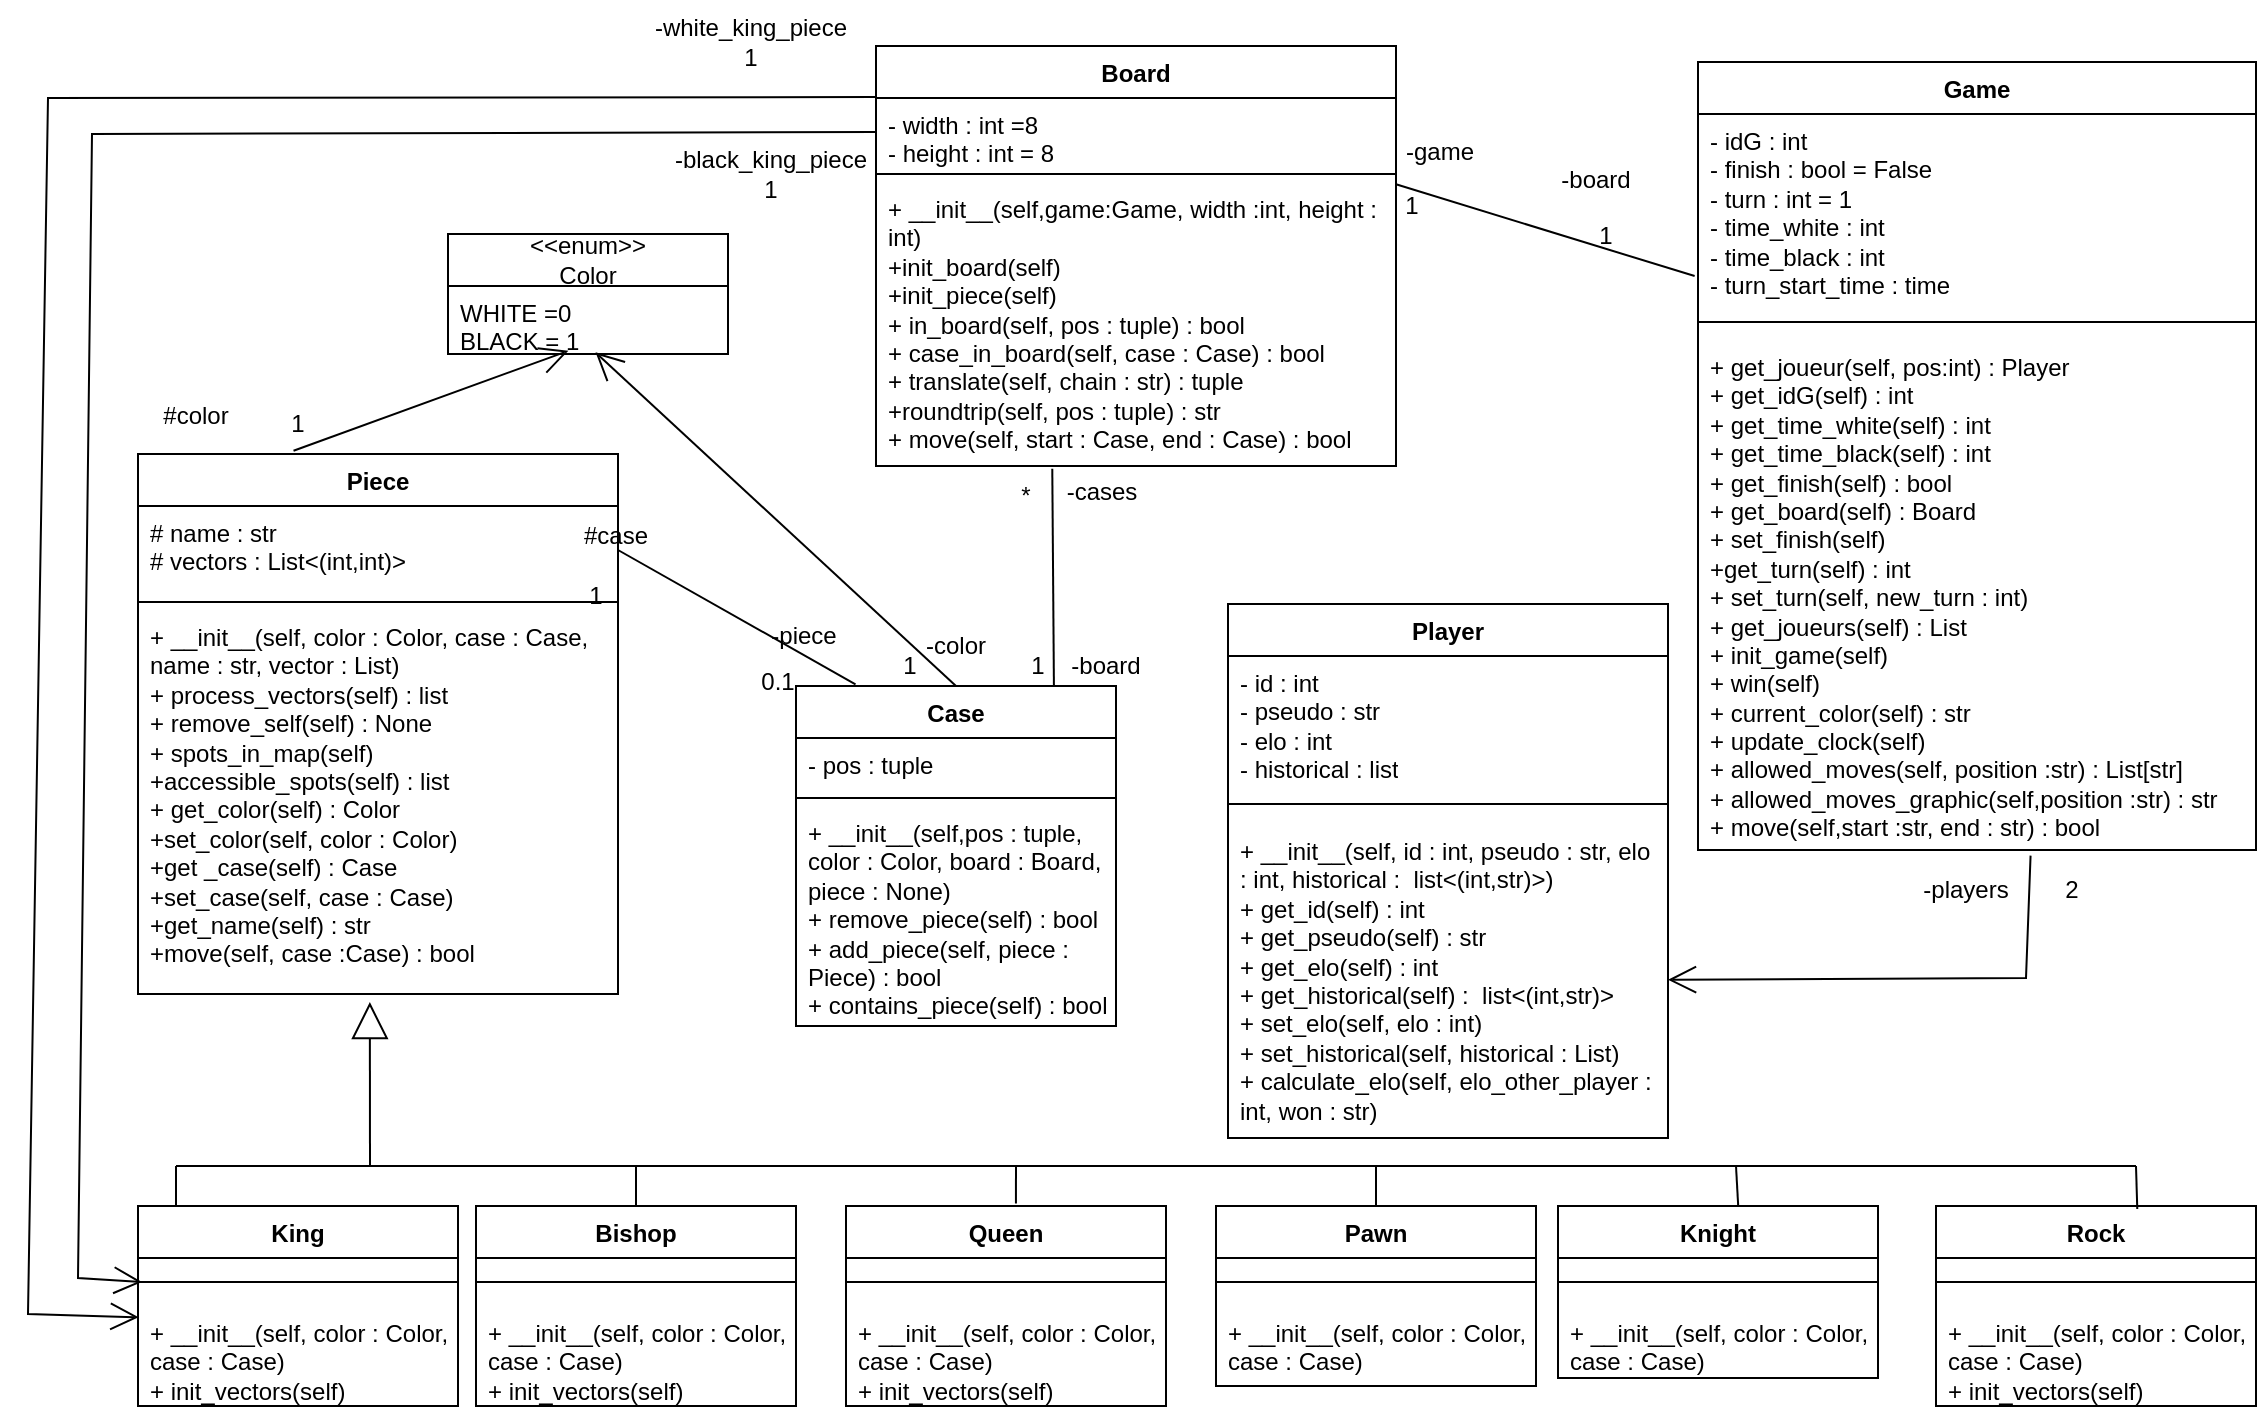
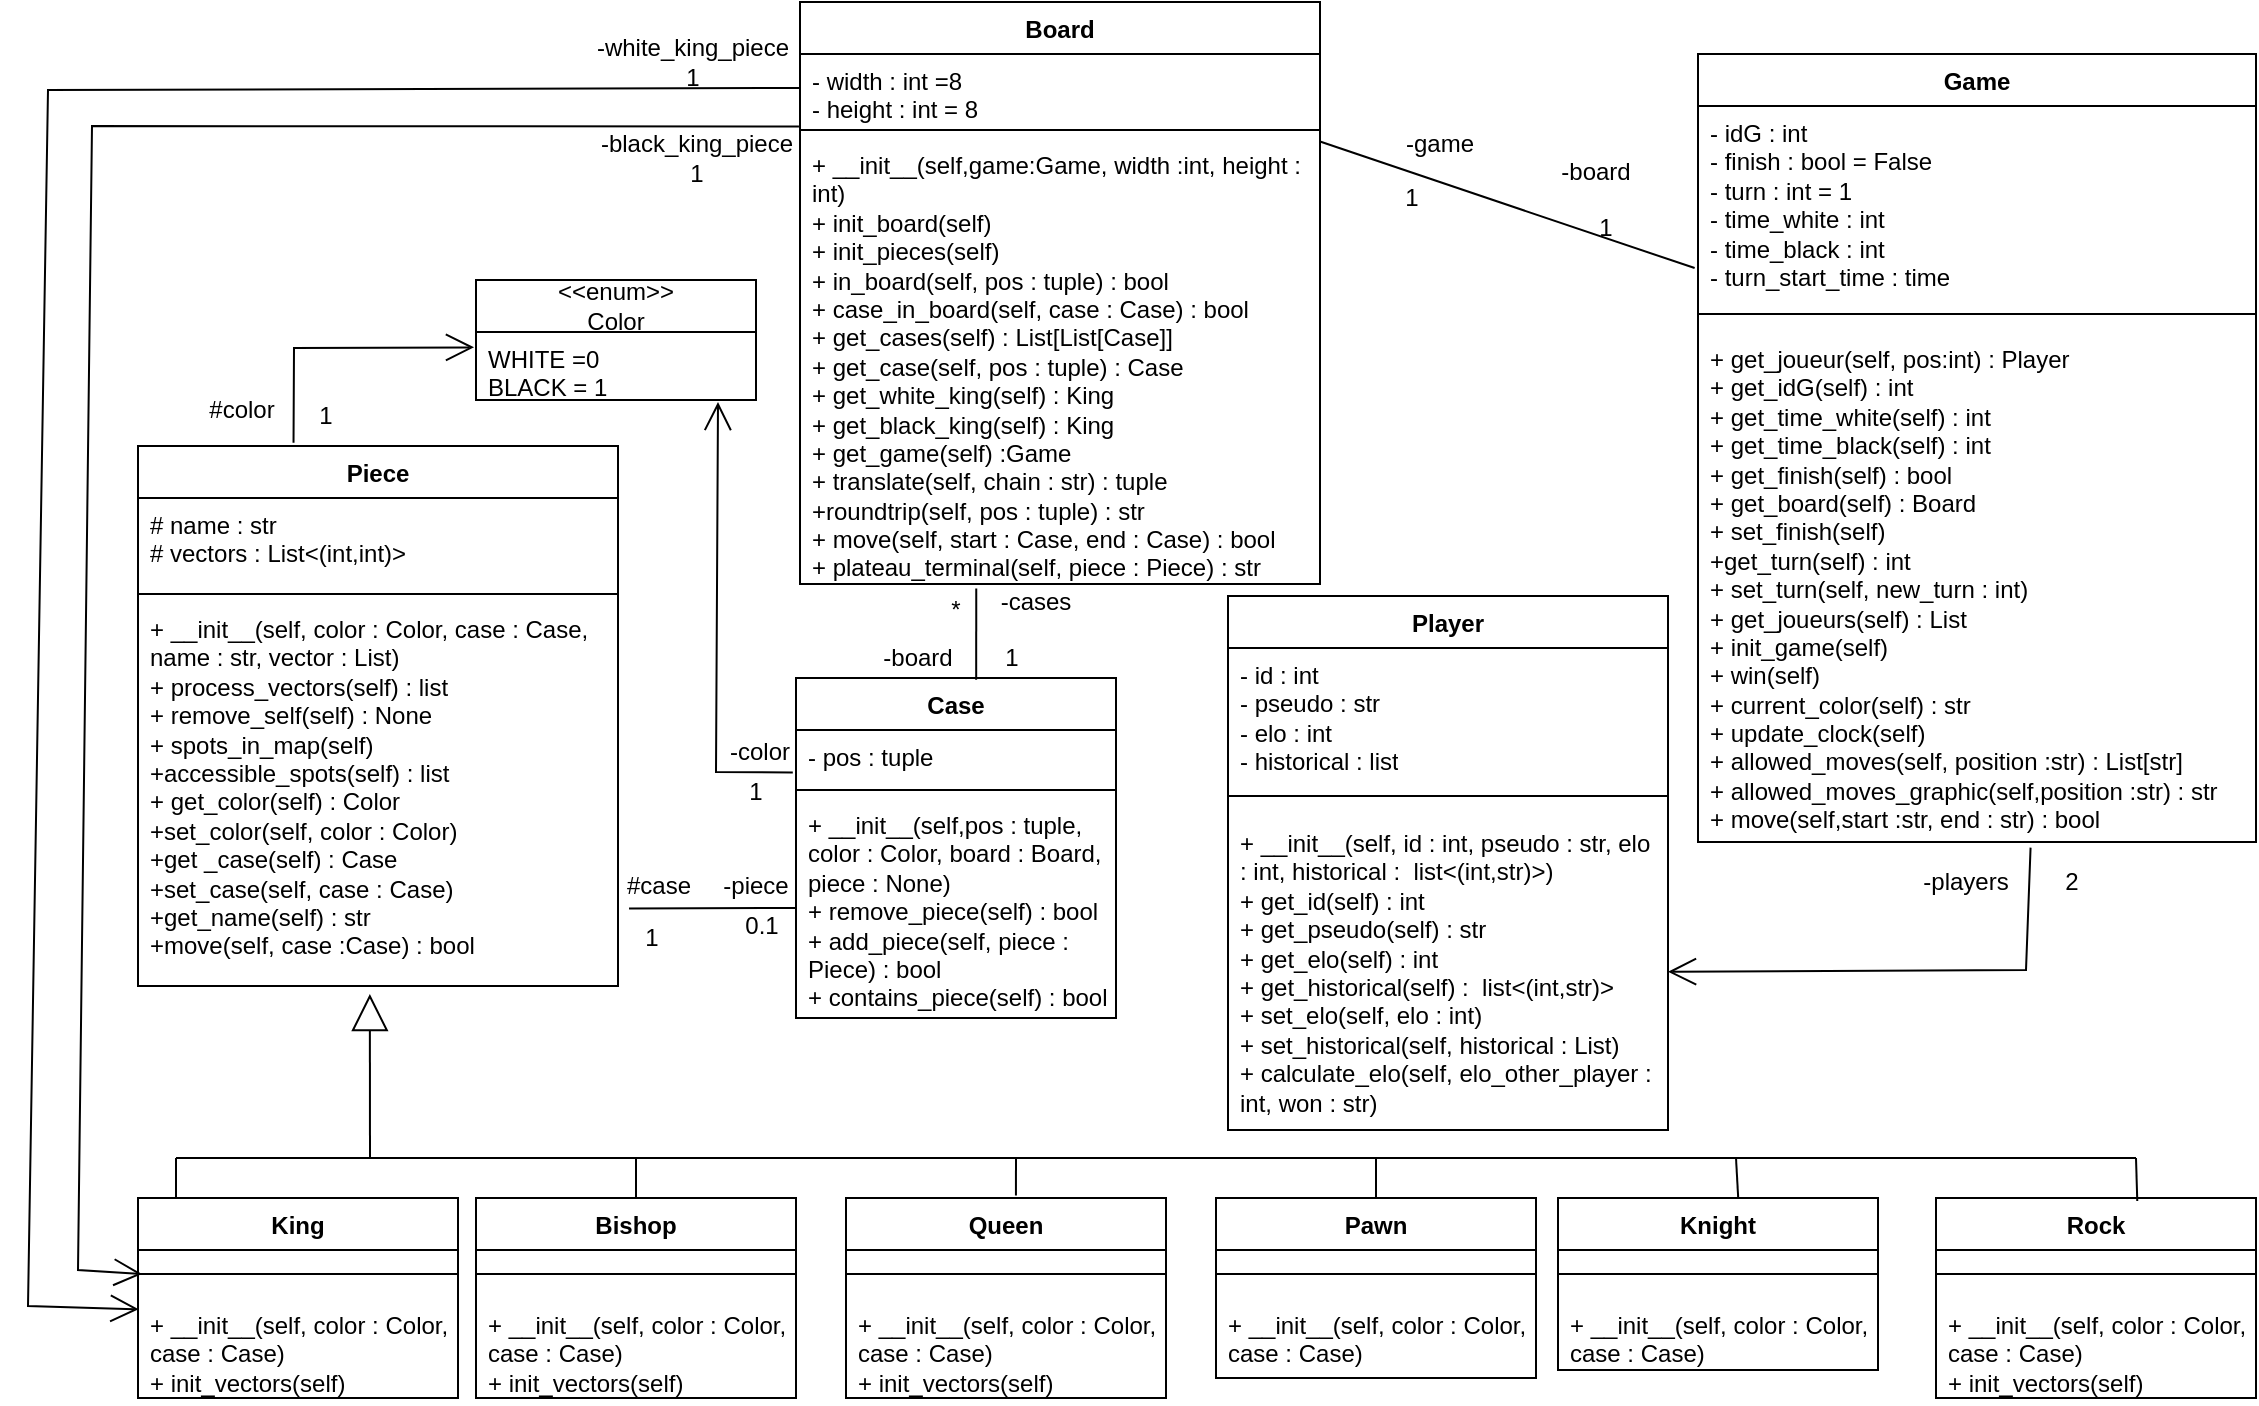
<mxfile host="app.diagrams.net" agent="Mozilla/5.0 (Windows NT 10.0; Win64; x64) AppleWebKit/537.36 (KHTML, like Gecko) Chrome/138.0.0.0 Safari/537.36" version="27.1.5">
  <diagram name="Page-1" id="ue2nzu8fp39hdbNQRuWm">
-     <mxGraphModel dx="1331" dy="1049" grid="0" gridSize="10" guides="1" tooltips="1" connect="1" arrows="1" fold="1" page="1" pageScale="1" pageWidth="1169" pageHeight="1654" background="#ffffff" math="0" shadow="0">
+     <mxGraphModel dx="915" dy="721" grid="0" gridSize="10" guides="1" tooltips="1" connect="1" arrows="1" fold="1" page="1" pageScale="1" pageWidth="1169" pageHeight="1654" background="#ffffff" math="0" shadow="0">
      <root>
        <mxCell id="0" />
        <mxCell id="1" parent="0" />
        <mxCell id="S0ea2ZYKpIamfI4VXVso-1" value="Player" style="swimlane;fontStyle=1;align=center;verticalAlign=top;childLayout=stackLayout;horizontal=1;startSize=26;horizontalStack=0;resizeParent=1;resizeParentMax=0;resizeLast=0;collapsible=1;marginBottom=0;whiteSpace=wrap;html=1;" parent="1" vertex="1">
          <mxGeometry x="626" y="319" width="220" height="267" as="geometry" />
        </mxCell>
        <mxCell id="S0ea2ZYKpIamfI4VXVso-2" value="&lt;div&gt;- id : int&lt;/div&gt;&lt;div&gt;- pseudo : str&lt;/div&gt;&lt;div&gt;- elo : int&lt;/div&gt;&lt;div&gt;- historical : list&lt;/div&gt;" style="text;strokeColor=none;fillColor=none;align=left;verticalAlign=top;spacingLeft=4;spacingRight=4;overflow=hidden;rotatable=0;points=[[0,0.5],[1,0.5]];portConstraint=eastwest;whiteSpace=wrap;html=1;" parent="S0ea2ZYKpIamfI4VXVso-1" vertex="1">
          <mxGeometry y="26" width="220" height="64" as="geometry" />
        </mxCell>
        <mxCell id="S0ea2ZYKpIamfI4VXVso-3" value="" style="line;strokeWidth=1;fillColor=none;align=left;verticalAlign=middle;spacingTop=-1;spacingLeft=3;spacingRight=3;rotatable=0;labelPosition=right;points=[];portConstraint=eastwest;strokeColor=inherit;" parent="S0ea2ZYKpIamfI4VXVso-1" vertex="1">
          <mxGeometry y="90" width="220" height="20" as="geometry" />
        </mxCell>
        <mxCell id="S0ea2ZYKpIamfI4VXVso-4" value="&lt;div&gt;+ __init__(self, id : int, pseudo : str, elo : int, historical :&amp;nbsp; list&amp;lt;(int,str)&amp;gt;)&lt;/div&gt;&lt;div&gt;+ get_id(self) : int&lt;/div&gt;&lt;div&gt;+ get_pseudo(self) : str&lt;/div&gt;&lt;div&gt;+ get_elo(self) : int&lt;/div&gt;&lt;div&gt;+ get_historical(self) :&amp;nbsp; list&amp;lt;(int,str)&amp;gt;&lt;/div&gt;&lt;div&gt;+ set_elo(self, elo : int)&lt;/div&gt;&lt;div&gt;+ set_historical(self, historical : List)&lt;/div&gt;&lt;div&gt;+ calculate_elo(self, elo_other_player : int, won : str)&lt;/div&gt;" style="text;strokeColor=none;fillColor=none;align=left;verticalAlign=top;spacingLeft=4;spacingRight=4;overflow=hidden;rotatable=0;points=[[0,0.5],[1,0.5]];portConstraint=eastwest;whiteSpace=wrap;html=1;" parent="S0ea2ZYKpIamfI4VXVso-1" vertex="1">
          <mxGeometry y="110" width="220" height="157" as="geometry" />
        </mxCell>
        <mxCell id="S0ea2ZYKpIamfI4VXVso-5" value="Game" style="swimlane;fontStyle=1;align=center;verticalAlign=top;childLayout=stackLayout;horizontal=1;startSize=26;horizontalStack=0;resizeParent=1;resizeParentMax=0;resizeLast=0;collapsible=1;marginBottom=0;whiteSpace=wrap;html=1;" parent="1" vertex="1">
          <mxGeometry x="861" y="48" width="279" height="394" as="geometry" />
        </mxCell>
        <mxCell id="S0ea2ZYKpIamfI4VXVso-6" value="&lt;div&gt;- idG : int&lt;/div&gt;&lt;div&gt;- finish : bool = False&lt;/div&gt;&lt;div&gt;- turn : int = 1&lt;/div&gt;&lt;div&gt;- time_white : int&lt;/div&gt;&lt;div&gt;- time_black : int&amp;nbsp;&lt;/div&gt;&lt;div&gt;- turn_start_time : time&lt;/div&gt;" style="text;strokeColor=none;fillColor=none;align=left;verticalAlign=top;spacingLeft=4;spacingRight=4;overflow=hidden;rotatable=0;points=[[0,0.5],[1,0.5]];portConstraint=eastwest;whiteSpace=wrap;html=1;" parent="S0ea2ZYKpIamfI4VXVso-5" vertex="1">
          <mxGeometry y="26" width="279" height="95" as="geometry" />
        </mxCell>
        <mxCell id="S0ea2ZYKpIamfI4VXVso-7" value="" style="line;strokeWidth=1;fillColor=none;align=left;verticalAlign=middle;spacingTop=-1;spacingLeft=3;spacingRight=3;rotatable=0;labelPosition=right;points=[];portConstraint=eastwest;strokeColor=inherit;" parent="S0ea2ZYKpIamfI4VXVso-5" vertex="1">
          <mxGeometry y="121" width="279" height="18" as="geometry" />
        </mxCell>
        <mxCell id="S0ea2ZYKpIamfI4VXVso-8" value="&lt;div&gt;+ get_joueur(self, pos:int) : Player&lt;/div&gt;&lt;div&gt;+ get_idG(self) : int&lt;/div&gt;&lt;div&gt;+ get_time_white(self) : int&lt;/div&gt;&lt;div&gt;+ get_time_black(self) : int&lt;/div&gt;&lt;div&gt;+ get_finish(self) : bool&lt;/div&gt;&lt;div&gt;+ get_board(self) : Board&lt;/div&gt;&lt;div&gt;+ set_finish(self)&amp;nbsp;&lt;/div&gt;&lt;div&gt;+get_turn(self) : int&lt;/div&gt;&lt;div&gt;+ set_turn(self, new_turn : int)&lt;/div&gt;&lt;div&gt;+ get_joueurs(self) : List&lt;/div&gt;&lt;div&gt;+ init_game(self)&lt;/div&gt;&lt;div&gt;+ win(self)&lt;/div&gt;&lt;div&gt;+ current_color(self) : str&lt;/div&gt;&lt;div&gt;+ update_clock(self)&lt;/div&gt;&lt;div&gt;+ allowed_moves(self, position :str) : List[str]&lt;/div&gt;&lt;div&gt;+ allowed_moves_graphic(self,position :str) : str&lt;/div&gt;&lt;div&gt;+ move(self,start :str, end : str) : bool&lt;/div&gt;" style="text;strokeColor=none;fillColor=none;align=left;verticalAlign=top;spacingLeft=4;spacingRight=4;overflow=hidden;rotatable=0;points=[[0,0.5],[1,0.5]];portConstraint=eastwest;whiteSpace=wrap;html=1;" parent="S0ea2ZYKpIamfI4VXVso-5" vertex="1">
          <mxGeometry y="139" width="279" height="255" as="geometry" />
        </mxCell>
        <mxCell id="S0ea2ZYKpIamfI4VXVso-9" value="Board" style="swimlane;fontStyle=1;align=center;verticalAlign=top;childLayout=stackLayout;horizontal=1;startSize=26;horizontalStack=0;resizeParent=1;resizeParentMax=0;resizeLast=0;collapsible=1;marginBottom=0;whiteSpace=wrap;html=1;" parent="1" vertex="1">
-           <mxGeometry x="450" y="40" width="260" height="210" as="geometry" />
+           <mxGeometry x="412" y="22" width="260" height="291" as="geometry" />
        </mxCell>
        <mxCell id="S0ea2ZYKpIamfI4VXVso-10" value="&lt;div&gt;- width : int =8&lt;/div&gt;&lt;div&gt;- height : int = 8&lt;/div&gt;" style="text;strokeColor=none;fillColor=none;align=left;verticalAlign=top;spacingLeft=4;spacingRight=4;overflow=hidden;rotatable=0;points=[[0,0.5],[1,0.5]];portConstraint=eastwest;whiteSpace=wrap;html=1;" parent="S0ea2ZYKpIamfI4VXVso-9" vertex="1">
          <mxGeometry y="26" width="260" height="34" as="geometry" />
        </mxCell>
        <mxCell id="S0ea2ZYKpIamfI4VXVso-11" value="" style="line;strokeWidth=1;fillColor=none;align=left;verticalAlign=middle;spacingTop=-1;spacingLeft=3;spacingRight=3;rotatable=0;labelPosition=right;points=[];portConstraint=eastwest;strokeColor=inherit;" parent="S0ea2ZYKpIamfI4VXVso-9" vertex="1">
          <mxGeometry y="60" width="260" height="8" as="geometry" />
        </mxCell>
-         <mxCell id="S0ea2ZYKpIamfI4VXVso-12" value="&lt;div&gt;+ __init__(self,game:Game, width :int, height : int)&lt;/div&gt;&lt;div&gt;+init_board(self)&lt;/div&gt;&lt;div&gt;+init_piece(self)&lt;/div&gt;&lt;div&gt;+ in_board(self, pos : tuple) : bool&lt;/div&gt;&lt;div&gt;+ case_in_board(self, case : Case) : bool&lt;/div&gt;&lt;div&gt;+ translate(self, chain : str) : tuple&lt;/div&gt;&lt;div&gt;+roundtrip(self, pos : tuple) : str&lt;/div&gt;&lt;div&gt;+ move(self, start : Case, end : Case) : bool&lt;/div&gt;" style="text;strokeColor=none;fillColor=none;align=left;verticalAlign=top;spacingLeft=4;spacingRight=4;overflow=hidden;rotatable=0;points=[[0,0.5],[1,0.5]];portConstraint=eastwest;whiteSpace=wrap;html=1;" parent="S0ea2ZYKpIamfI4VXVso-9" vertex="1">
-           <mxGeometry y="68" width="260" height="142" as="geometry" />
+         <mxCell id="S0ea2ZYKpIamfI4VXVso-12" value="&lt;div&gt;+ __init__(self,game:Game, width :int, height : int)&lt;/div&gt;&lt;div&gt;+ init_board(self)&lt;/div&gt;&lt;div&gt;+ init_pieces(self)&lt;/div&gt;&lt;div&gt;+ in_board(self, pos : tuple) : bool&lt;/div&gt;&lt;div&gt;+ case_in_board(self, case : Case) : bool&lt;/div&gt;&lt;div&gt;+ get_cases(self) : List[List[Case]]&lt;/div&gt;&lt;div&gt;+ get_case(self, pos : tuple) : Case&lt;/div&gt;&lt;div&gt;+ get_white_king(self) : King&lt;/div&gt;&lt;div&gt;+ get_black_king(self) : King&lt;/div&gt;&lt;div&gt;+ get_game(self) :Game&lt;/div&gt;&lt;div&gt;+ translate(self, chain : str) : tuple&lt;/div&gt;&lt;div&gt;+roundtrip(self, pos : tuple) : str&lt;/div&gt;&lt;div&gt;+ move(self, start : Case, end : Case) : bool&lt;/div&gt;&lt;div&gt;+ plateau_terminal(self, piece : Piece) : str&lt;/div&gt;" style="text;strokeColor=none;fillColor=none;align=left;verticalAlign=top;spacingLeft=4;spacingRight=4;overflow=hidden;rotatable=0;points=[[0,0.5],[1,0.5]];portConstraint=eastwest;whiteSpace=wrap;html=1;" parent="S0ea2ZYKpIamfI4VXVso-9" vertex="1">
+           <mxGeometry y="68" width="260" height="223" as="geometry" />
        </mxCell>
        <mxCell id="S0ea2ZYKpIamfI4VXVso-14" value="Case" style="swimlane;fontStyle=1;align=center;verticalAlign=top;childLayout=stackLayout;horizontal=1;startSize=26;horizontalStack=0;resizeParent=1;resizeParentMax=0;resizeLast=0;collapsible=1;marginBottom=0;whiteSpace=wrap;html=1;" parent="1" vertex="1">
          <mxGeometry x="410" y="360" width="160" height="170" as="geometry" />
        </mxCell>
        <mxCell id="S0ea2ZYKpIamfI4VXVso-15" value="- pos : tuple" style="text;strokeColor=none;fillColor=none;align=left;verticalAlign=top;spacingLeft=4;spacingRight=4;overflow=hidden;rotatable=0;points=[[0,0.5],[1,0.5]];portConstraint=eastwest;whiteSpace=wrap;html=1;" parent="S0ea2ZYKpIamfI4VXVso-14" vertex="1">
          <mxGeometry y="26" width="160" height="26" as="geometry" />
        </mxCell>
        <mxCell id="S0ea2ZYKpIamfI4VXVso-16" value="" style="line;strokeWidth=1;fillColor=none;align=left;verticalAlign=middle;spacingTop=-1;spacingLeft=3;spacingRight=3;rotatable=0;labelPosition=right;points=[];portConstraint=eastwest;strokeColor=inherit;" parent="S0ea2ZYKpIamfI4VXVso-14" vertex="1">
          <mxGeometry y="52" width="160" height="8" as="geometry" />
        </mxCell>
        <mxCell id="S0ea2ZYKpIamfI4VXVso-17" value="&lt;div&gt;+ __init__(self,pos : tuple, color : Color, board : Board, piece : None)&lt;/div&gt;&lt;div&gt;+ remove_piece(self) : bool&lt;/div&gt;&lt;div&gt;+ add_piece(self, piece : Piece) : bool&lt;/div&gt;&lt;div&gt;+ contains_piece(self) : bool&lt;/div&gt;" style="text;strokeColor=none;fillColor=none;align=left;verticalAlign=top;spacingLeft=4;spacingRight=4;overflow=hidden;rotatable=0;points=[[0,0.5],[1,0.5]];portConstraint=eastwest;whiteSpace=wrap;html=1;" parent="S0ea2ZYKpIamfI4VXVso-14" vertex="1">
          <mxGeometry y="60" width="160" height="110" as="geometry" />
        </mxCell>
        <mxCell id="S0ea2ZYKpIamfI4VXVso-18" value="Piece" style="swimlane;fontStyle=1;align=center;verticalAlign=top;childLayout=stackLayout;horizontal=1;startSize=26;horizontalStack=0;resizeParent=1;resizeParentMax=0;resizeLast=0;collapsible=1;marginBottom=0;whiteSpace=wrap;html=1;" parent="1" vertex="1">
          <mxGeometry x="81" y="244" width="240" height="270" as="geometry" />
        </mxCell>
        <mxCell id="S0ea2ZYKpIamfI4VXVso-19" value="&lt;div&gt;# name : str&lt;/div&gt;&lt;div&gt;# vectors : List&amp;lt;(int,int)&amp;gt;&lt;/div&gt;" style="text;strokeColor=none;fillColor=none;align=left;verticalAlign=top;spacingLeft=4;spacingRight=4;overflow=hidden;rotatable=0;points=[[0,0.5],[1,0.5]];portConstraint=eastwest;whiteSpace=wrap;html=1;" parent="S0ea2ZYKpIamfI4VXVso-18" vertex="1">
          <mxGeometry y="26" width="240" height="44" as="geometry" />
        </mxCell>
        <mxCell id="S0ea2ZYKpIamfI4VXVso-20" value="" style="line;strokeWidth=1;fillColor=none;align=left;verticalAlign=middle;spacingTop=-1;spacingLeft=3;spacingRight=3;rotatable=0;labelPosition=right;points=[];portConstraint=eastwest;strokeColor=inherit;" parent="S0ea2ZYKpIamfI4VXVso-18" vertex="1">
          <mxGeometry y="70" width="240" height="8" as="geometry" />
        </mxCell>
        <mxCell id="S0ea2ZYKpIamfI4VXVso-21" value="&lt;div&gt;+ __init__(self, color : Color, case : Case, name : str, vector : List)&lt;/div&gt;&lt;div&gt;+ process_vectors(self) : list&lt;/div&gt;&lt;div&gt;+ remove_self(self) : None&lt;/div&gt;&lt;div&gt;+ spots_in_map(self)&lt;/div&gt;&lt;div&gt;+accessible_spots(self) : list&lt;/div&gt;&lt;div&gt;+ get_color(self) : Color&lt;/div&gt;&lt;div&gt;+set_color(self, color : Color)&lt;/div&gt;&lt;div&gt;+get _case(self) : Case&lt;/div&gt;&lt;div&gt;+set_case(self, case : Case)&lt;/div&gt;&lt;div&gt;+get_name(self) : str&lt;/div&gt;&lt;div&gt;+move(self, case :Case) : bool&lt;/div&gt;" style="text;strokeColor=none;fillColor=none;align=left;verticalAlign=top;spacingLeft=4;spacingRight=4;overflow=hidden;rotatable=0;points=[[0,0.5],[1,0.5]];portConstraint=eastwest;whiteSpace=wrap;html=1;" parent="S0ea2ZYKpIamfI4VXVso-18" vertex="1">
          <mxGeometry y="78" width="240" height="192" as="geometry" />
        </mxCell>
        <mxCell id="S0ea2ZYKpIamfI4VXVso-22" value="Pawn" style="swimlane;fontStyle=1;align=center;verticalAlign=top;childLayout=stackLayout;horizontal=1;startSize=26;horizontalStack=0;resizeParent=1;resizeParentMax=0;resizeLast=0;collapsible=1;marginBottom=0;whiteSpace=wrap;html=1;" parent="1" vertex="1">
          <mxGeometry x="620" y="620" width="160" height="90" as="geometry" />
        </mxCell>
        <mxCell id="S0ea2ZYKpIamfI4VXVso-24" value="" style="line;strokeWidth=1;fillColor=none;align=left;verticalAlign=middle;spacingTop=-1;spacingLeft=3;spacingRight=3;rotatable=0;labelPosition=right;points=[];portConstraint=eastwest;strokeColor=inherit;" parent="S0ea2ZYKpIamfI4VXVso-22" vertex="1">
          <mxGeometry y="26" width="160" height="24" as="geometry" />
        </mxCell>
        <mxCell id="S0ea2ZYKpIamfI4VXVso-25" value="&lt;div&gt;+ __init__(self, color : Color, case : Case)&lt;/div&gt;" style="text;strokeColor=none;fillColor=none;align=left;verticalAlign=top;spacingLeft=4;spacingRight=4;overflow=hidden;rotatable=0;points=[[0,0.5],[1,0.5]];portConstraint=eastwest;whiteSpace=wrap;html=1;" parent="S0ea2ZYKpIamfI4VXVso-22" vertex="1">
          <mxGeometry y="50" width="160" height="40" as="geometry" />
        </mxCell>
        <mxCell id="S0ea2ZYKpIamfI4VXVso-27" value="Bishop" style="swimlane;fontStyle=1;align=center;verticalAlign=top;childLayout=stackLayout;horizontal=1;startSize=26;horizontalStack=0;resizeParent=1;resizeParentMax=0;resizeLast=0;collapsible=1;marginBottom=0;whiteSpace=wrap;html=1;" parent="1" vertex="1">
          <mxGeometry x="250" y="620" width="160" height="100" as="geometry" />
        </mxCell>
        <mxCell id="S0ea2ZYKpIamfI4VXVso-29" value="" style="line;strokeWidth=1;fillColor=none;align=left;verticalAlign=middle;spacingTop=-1;spacingLeft=3;spacingRight=3;rotatable=0;labelPosition=right;points=[];portConstraint=eastwest;strokeColor=inherit;" parent="S0ea2ZYKpIamfI4VXVso-27" vertex="1">
          <mxGeometry y="26" width="160" height="24" as="geometry" />
        </mxCell>
        <mxCell id="S0ea2ZYKpIamfI4VXVso-30" value="&lt;div&gt;+ __init__(self, color : Color, case : Case)&lt;/div&gt;&lt;div&gt;+ init_vectors(self)&lt;/div&gt;" style="text;strokeColor=none;fillColor=none;align=left;verticalAlign=top;spacingLeft=4;spacingRight=4;overflow=hidden;rotatable=0;points=[[0,0.5],[1,0.5]];portConstraint=eastwest;whiteSpace=wrap;html=1;" parent="S0ea2ZYKpIamfI4VXVso-27" vertex="1">
          <mxGeometry y="50" width="160" height="50" as="geometry" />
        </mxCell>
        <mxCell id="S0ea2ZYKpIamfI4VXVso-31" value="Queen" style="swimlane;fontStyle=1;align=center;verticalAlign=top;childLayout=stackLayout;horizontal=1;startSize=26;horizontalStack=0;resizeParent=1;resizeParentMax=0;resizeLast=0;collapsible=1;marginBottom=0;whiteSpace=wrap;html=1;" parent="1" vertex="1">
          <mxGeometry x="435" y="620" width="160" height="100" as="geometry" />
        </mxCell>
        <mxCell id="S0ea2ZYKpIamfI4VXVso-33" value="" style="line;strokeWidth=1;fillColor=none;align=left;verticalAlign=middle;spacingTop=-1;spacingLeft=3;spacingRight=3;rotatable=0;labelPosition=right;points=[];portConstraint=eastwest;strokeColor=inherit;" parent="S0ea2ZYKpIamfI4VXVso-31" vertex="1">
          <mxGeometry y="26" width="160" height="24" as="geometry" />
        </mxCell>
        <mxCell id="S0ea2ZYKpIamfI4VXVso-34" value="&lt;div&gt;+ __init__(self, color : Color, case : Case)&lt;/div&gt;&lt;div&gt;+ init_vectors(self)&lt;/div&gt;" style="text;strokeColor=none;fillColor=none;align=left;verticalAlign=top;spacingLeft=4;spacingRight=4;overflow=hidden;rotatable=0;points=[[0,0.5],[1,0.5]];portConstraint=eastwest;whiteSpace=wrap;html=1;" parent="S0ea2ZYKpIamfI4VXVso-31" vertex="1">
          <mxGeometry y="50" width="160" height="50" as="geometry" />
        </mxCell>
        <mxCell id="S0ea2ZYKpIamfI4VXVso-35" value="King" style="swimlane;fontStyle=1;align=center;verticalAlign=top;childLayout=stackLayout;horizontal=1;startSize=26;horizontalStack=0;resizeParent=1;resizeParentMax=0;resizeLast=0;collapsible=1;marginBottom=0;whiteSpace=wrap;html=1;" parent="1" vertex="1">
          <mxGeometry x="81" y="620" width="160" height="100" as="geometry" />
        </mxCell>
        <mxCell id="S0ea2ZYKpIamfI4VXVso-37" value="" style="line;strokeWidth=1;fillColor=none;align=left;verticalAlign=middle;spacingTop=-1;spacingLeft=3;spacingRight=3;rotatable=0;labelPosition=right;points=[];portConstraint=eastwest;strokeColor=inherit;" parent="S0ea2ZYKpIamfI4VXVso-35" vertex="1">
          <mxGeometry y="26" width="160" height="24" as="geometry" />
        </mxCell>
        <mxCell id="S0ea2ZYKpIamfI4VXVso-38" value="&lt;div&gt;+ __init__(self, color : Color, case : Case)&lt;/div&gt;&lt;div&gt;+ init_vectors(self)&lt;/div&gt;" style="text;strokeColor=none;fillColor=none;align=left;verticalAlign=top;spacingLeft=4;spacingRight=4;overflow=hidden;rotatable=0;points=[[0,0.5],[1,0.5]];portConstraint=eastwest;whiteSpace=wrap;html=1;" parent="S0ea2ZYKpIamfI4VXVso-35" vertex="1">
          <mxGeometry y="50" width="160" height="50" as="geometry" />
        </mxCell>
        <mxCell id="S0ea2ZYKpIamfI4VXVso-39" value="Knight" style="swimlane;fontStyle=1;align=center;verticalAlign=top;childLayout=stackLayout;horizontal=1;startSize=26;horizontalStack=0;resizeParent=1;resizeParentMax=0;resizeLast=0;collapsible=1;marginBottom=0;whiteSpace=wrap;html=1;" parent="1" vertex="1">
          <mxGeometry x="791" y="620" width="160" height="86" as="geometry" />
        </mxCell>
        <mxCell id="S0ea2ZYKpIamfI4VXVso-41" value="" style="line;strokeWidth=1;fillColor=none;align=left;verticalAlign=middle;spacingTop=-1;spacingLeft=3;spacingRight=3;rotatable=0;labelPosition=right;points=[];portConstraint=eastwest;strokeColor=inherit;" parent="S0ea2ZYKpIamfI4VXVso-39" vertex="1">
          <mxGeometry y="26" width="160" height="24" as="geometry" />
        </mxCell>
        <mxCell id="S0ea2ZYKpIamfI4VXVso-42" value="&lt;div&gt;+ __init__(self, color : Color, case : Case)&lt;/div&gt;" style="text;strokeColor=none;fillColor=none;align=left;verticalAlign=top;spacingLeft=4;spacingRight=4;overflow=hidden;rotatable=0;points=[[0,0.5],[1,0.5]];portConstraint=eastwest;whiteSpace=wrap;html=1;" parent="S0ea2ZYKpIamfI4VXVso-39" vertex="1">
          <mxGeometry y="50" width="160" height="36" as="geometry" />
        </mxCell>
        <mxCell id="S0ea2ZYKpIamfI4VXVso-43" value="Rock" style="swimlane;fontStyle=1;align=center;verticalAlign=top;childLayout=stackLayout;horizontal=1;startSize=26;horizontalStack=0;resizeParent=1;resizeParentMax=0;resizeLast=0;collapsible=1;marginBottom=0;whiteSpace=wrap;html=1;" parent="1" vertex="1">
          <mxGeometry x="980" y="620" width="160" height="100" as="geometry" />
        </mxCell>
        <mxCell id="S0ea2ZYKpIamfI4VXVso-45" value="" style="line;strokeWidth=1;fillColor=none;align=left;verticalAlign=middle;spacingTop=-1;spacingLeft=3;spacingRight=3;rotatable=0;labelPosition=right;points=[];portConstraint=eastwest;strokeColor=inherit;" parent="S0ea2ZYKpIamfI4VXVso-43" vertex="1">
          <mxGeometry y="26" width="160" height="24" as="geometry" />
        </mxCell>
        <mxCell id="S0ea2ZYKpIamfI4VXVso-46" value="&lt;div&gt;+ __init__(self, color : Color, case : Case)&lt;/div&gt;&lt;div&gt;+ init_vectors(self)&lt;/div&gt;" style="text;strokeColor=none;fillColor=none;align=left;verticalAlign=top;spacingLeft=4;spacingRight=4;overflow=hidden;rotatable=0;points=[[0,0.5],[1,0.5]];portConstraint=eastwest;whiteSpace=wrap;html=1;" parent="S0ea2ZYKpIamfI4VXVso-43" vertex="1">
          <mxGeometry y="50" width="160" height="50" as="geometry" />
        </mxCell>
        <mxCell id="RvrVx3QbLvxbVOcMWla0-1" value="" style="endArrow=block;endSize=16;endFill=0;html=1;rounded=0;entryX=0.483;entryY=1.021;entryDx=0;entryDy=0;entryPerimeter=0;" parent="1" target="S0ea2ZYKpIamfI4VXVso-21" edge="1">
          <mxGeometry width="160" relative="1" as="geometry">
            <mxPoint x="197" y="600" as="sourcePoint" />
            <mxPoint x="390" y="570" as="targetPoint" />
          </mxGeometry>
        </mxCell>
        <mxCell id="RvrVx3QbLvxbVOcMWla0-3" value="" style="endArrow=none;html=1;rounded=0;" parent="1" edge="1">
          <mxGeometry width="50" height="50" relative="1" as="geometry">
            <mxPoint x="100" y="600" as="sourcePoint" />
            <mxPoint x="1080" y="600" as="targetPoint" />
          </mxGeometry>
        </mxCell>
        <mxCell id="RvrVx3QbLvxbVOcMWla0-4" value="" style="endArrow=none;html=1;rounded=0;" parent="1" edge="1">
          <mxGeometry width="50" height="50" relative="1" as="geometry">
            <mxPoint x="100" y="620" as="sourcePoint" />
            <mxPoint x="100" y="600" as="targetPoint" />
          </mxGeometry>
        </mxCell>
        <mxCell id="RvrVx3QbLvxbVOcMWla0-5" value="" style="endArrow=none;html=1;rounded=0;exitX=0.5;exitY=0;exitDx=0;exitDy=0;" parent="1" source="S0ea2ZYKpIamfI4VXVso-27" edge="1">
          <mxGeometry width="50" height="50" relative="1" as="geometry">
            <mxPoint x="110" y="630" as="sourcePoint" />
            <mxPoint x="330" y="600" as="targetPoint" />
          </mxGeometry>
        </mxCell>
        <mxCell id="RvrVx3QbLvxbVOcMWla0-7" value="" style="endArrow=none;html=1;rounded=0;exitX=0.531;exitY=-0.012;exitDx=0;exitDy=0;exitPerimeter=0;" parent="1" source="S0ea2ZYKpIamfI4VXVso-31" edge="1">
          <mxGeometry width="50" height="50" relative="1" as="geometry">
            <mxPoint x="340" y="630" as="sourcePoint" />
            <mxPoint x="520" y="600" as="targetPoint" />
          </mxGeometry>
        </mxCell>
        <mxCell id="RvrVx3QbLvxbVOcMWla0-8" value="" style="endArrow=none;html=1;rounded=0;" parent="1" edge="1">
          <mxGeometry width="50" height="50" relative="1" as="geometry">
            <mxPoint x="700" y="620" as="sourcePoint" />
            <mxPoint x="700" y="600" as="targetPoint" />
          </mxGeometry>
        </mxCell>
        <mxCell id="RvrVx3QbLvxbVOcMWla0-9" value="" style="endArrow=none;html=1;rounded=0;exitX=0.563;exitY=-0.005;exitDx=0;exitDy=0;exitPerimeter=0;" parent="1" source="S0ea2ZYKpIamfI4VXVso-39" edge="1">
          <mxGeometry width="50" height="50" relative="1" as="geometry">
            <mxPoint x="710" y="630" as="sourcePoint" />
            <mxPoint x="880" y="600" as="targetPoint" />
          </mxGeometry>
        </mxCell>
        <mxCell id="RvrVx3QbLvxbVOcMWla0-10" value="" style="endArrow=none;html=1;rounded=0;exitX=0.629;exitY=0.015;exitDx=0;exitDy=0;exitPerimeter=0;" parent="1" source="S0ea2ZYKpIamfI4VXVso-43" edge="1">
          <mxGeometry width="50" height="50" relative="1" as="geometry">
            <mxPoint x="1060" y="618" as="sourcePoint" />
            <mxPoint x="1080" y="600" as="targetPoint" />
          </mxGeometry>
        </mxCell>
        <mxCell id="RvrVx3QbLvxbVOcMWla0-11" value="&amp;lt;&amp;lt;enum&amp;gt;&amp;gt;&lt;br&gt;Color" style="swimlane;fontStyle=0;childLayout=stackLayout;horizontal=1;startSize=26;fillColor=none;horizontalStack=0;resizeParent=1;resizeParentMax=0;resizeLast=0;collapsible=1;marginBottom=0;whiteSpace=wrap;html=1;" parent="1" vertex="1">
-           <mxGeometry x="236" y="134" width="140" height="60" as="geometry" />
+           <mxGeometry x="250" y="161" width="140" height="60" as="geometry" />
        </mxCell>
        <mxCell id="RvrVx3QbLvxbVOcMWla0-12" value="&lt;div&gt;WHITE =0&lt;/div&gt;&lt;div&gt;BLACK = 1&lt;/div&gt;" style="text;strokeColor=none;fillColor=none;align=left;verticalAlign=top;spacingLeft=4;spacingRight=4;overflow=hidden;rotatable=0;points=[[0,0.5],[1,0.5]];portConstraint=eastwest;whiteSpace=wrap;html=1;" parent="RvrVx3QbLvxbVOcMWla0-11" vertex="1">
          <mxGeometry y="26" width="140" height="34" as="geometry" />
        </mxCell>
-         <mxCell id="RvrVx3QbLvxbVOcMWla0-15" value="" style="endArrow=none;html=1;rounded=0;exitX=1;exitY=0.5;exitDx=0;exitDy=0;entryX=0.186;entryY=-0.005;entryDx=0;entryDy=0;entryPerimeter=0;" parent="1" source="S0ea2ZYKpIamfI4VXVso-19" target="S0ea2ZYKpIamfI4VXVso-14" edge="1">
+         <mxCell id="RvrVx3QbLvxbVOcMWla0-15" value="" style="endArrow=none;html=1;rounded=0;exitX=1.023;exitY=0.798;exitDx=0;exitDy=0;entryX=0;entryY=0.5;entryDx=0;entryDy=0;exitPerimeter=0;" parent="1" source="S0ea2ZYKpIamfI4VXVso-21" target="S0ea2ZYKpIamfI4VXVso-17" edge="1">
          <mxGeometry width="50" height="50" relative="1" as="geometry">
            <mxPoint x="480" y="440" as="sourcePoint" />
            <mxPoint x="530" y="390" as="targetPoint" />
          </mxGeometry>
        </mxCell>
        <mxCell id="RvrVx3QbLvxbVOcMWla0-16" value="#case" style="text;html=1;whiteSpace=wrap;strokeColor=none;fillColor=none;align=center;verticalAlign=middle;rounded=0;" parent="1" vertex="1">
-           <mxGeometry x="290" y="270" width="60" height="30" as="geometry" />
+           <mxGeometry x="321" y="454" width="41" height="19" as="geometry" />
        </mxCell>
        <mxCell id="RvrVx3QbLvxbVOcMWla0-17" value="1" style="text;html=1;whiteSpace=wrap;strokeColor=none;fillColor=none;align=center;verticalAlign=middle;rounded=0;" parent="1" vertex="1">
-           <mxGeometry x="280" y="300" width="60" height="30" as="geometry" />
+           <mxGeometry x="330" y="479" width="15.5" height="21" as="geometry" />
        </mxCell>
        <mxCell id="RvrVx3QbLvxbVOcMWla0-18" value="-piece" style="text;html=1;whiteSpace=wrap;strokeColor=none;fillColor=none;align=center;verticalAlign=middle;rounded=0;" parent="1" vertex="1">
-           <mxGeometry x="394" y="325" width="40" height="20" as="geometry" />
+           <mxGeometry x="370" y="454" width="40" height="20" as="geometry" />
        </mxCell>
        <mxCell id="RvrVx3QbLvxbVOcMWla0-19" value="0.1" style="text;html=1;whiteSpace=wrap;strokeColor=none;fillColor=none;align=center;verticalAlign=middle;rounded=0;" parent="1" vertex="1">
-           <mxGeometry x="391" y="348" width="20" height="20" as="geometry" />
-         </mxCell>
-         <mxCell id="RvrVx3QbLvxbVOcMWla0-20" value="" style="endArrow=open;endFill=1;endSize=12;html=1;rounded=0;entryX=0.43;entryY=0.953;entryDx=0;entryDy=0;entryPerimeter=0;exitX=0.324;exitY=-0.006;exitDx=0;exitDy=0;exitPerimeter=0;" parent="1" source="S0ea2ZYKpIamfI4VXVso-18" target="RvrVx3QbLvxbVOcMWla0-12" edge="1">
+           <mxGeometry x="383" y="474" width="20" height="20" as="geometry" />
+         </mxCell>
+         <mxCell id="RvrVx3QbLvxbVOcMWla0-20" value="" style="endArrow=open;endFill=1;endSize=12;html=1;rounded=0;entryX=-0.007;entryY=0.226;entryDx=0;entryDy=0;entryPerimeter=0;exitX=0.324;exitY=-0.006;exitDx=0;exitDy=0;exitPerimeter=0;" parent="1" source="S0ea2ZYKpIamfI4VXVso-18" target="RvrVx3QbLvxbVOcMWla0-12" edge="1">
          <mxGeometry width="160" relative="1" as="geometry">
            <mxPoint x="420" y="410" as="sourcePoint" />
            <mxPoint x="580" y="410" as="targetPoint" />
-           </mxGeometry>
-         </mxCell>
-         <mxCell id="RvrVx3QbLvxbVOcMWla0-21" value="" style="endArrow=open;endFill=1;endSize=12;html=1;rounded=0;entryX=0.527;entryY=0.976;entryDx=0;entryDy=0;entryPerimeter=0;exitX=0.5;exitY=0;exitDx=0;exitDy=0;" parent="1" source="S0ea2ZYKpIamfI4VXVso-14" target="RvrVx3QbLvxbVOcMWla0-12" edge="1">
-           <mxGeometry width="160" relative="1" as="geometry">
-             <Array as="points" />
+             <Array as="points">
+               <mxPoint x="159" y="195" />
+             </Array>
+           </mxGeometry>
+         </mxCell>
+         <mxCell id="RvrVx3QbLvxbVOcMWla0-21" value="" style="endArrow=open;endFill=1;endSize=12;html=1;rounded=0;exitX=-0.01;exitY=0.815;exitDx=0;exitDy=0;exitPerimeter=0;" parent="1" source="S0ea2ZYKpIamfI4VXVso-15" edge="1">
+           <mxGeometry width="160" relative="1" as="geometry">
+             <Array as="points">
+               <mxPoint x="370" y="407" />
+             </Array>
            <mxPoint x="138" y="248" as="sourcePoint" />
-             <mxPoint x="140" y="188" as="targetPoint" />
-           </mxGeometry>
-         </mxCell>
-         <mxCell id="RvrVx3QbLvxbVOcMWla0-27" value="" style="endArrow=none;html=1;rounded=0;exitX=0.339;exitY=1.01;exitDx=0;exitDy=0;entryX=0.806;entryY=0;entryDx=0;entryDy=0;entryPerimeter=0;exitPerimeter=0;" parent="1" source="S0ea2ZYKpIamfI4VXVso-12" target="S0ea2ZYKpIamfI4VXVso-14" edge="1">
+             <mxPoint x="371" y="222" as="targetPoint" />
+           </mxGeometry>
+         </mxCell>
+         <mxCell id="RvrVx3QbLvxbVOcMWla0-27" value="" style="endArrow=none;html=1;rounded=0;exitX=0.339;exitY=1.01;exitDx=0;exitDy=0;entryX=0.563;entryY=0.005;entryDx=0;entryDy=0;entryPerimeter=0;exitPerimeter=0;" parent="1" source="S0ea2ZYKpIamfI4VXVso-12" target="S0ea2ZYKpIamfI4VXVso-14" edge="1">
          <mxGeometry width="50" height="50" relative="1" as="geometry">
            <mxPoint x="300" y="298" as="sourcePoint" />
            <mxPoint x="450" y="399" as="targetPoint" />
          </mxGeometry>
        </mxCell>
        <mxCell id="_vj-o0teQn7O_933QG1c-2" value="" style="endArrow=none;html=1;rounded=0;entryX=1;entryY=0.008;entryDx=0;entryDy=0;entryPerimeter=0;exitX=-0.006;exitY=0.853;exitDx=0;exitDy=0;exitPerimeter=0;" parent="1" source="S0ea2ZYKpIamfI4VXVso-6" target="S0ea2ZYKpIamfI4VXVso-12" edge="1">
          <mxGeometry width="50" height="50" relative="1" as="geometry">
            <mxPoint x="560" y="460" as="sourcePoint" />
            <mxPoint x="610" y="410" as="targetPoint" />
          </mxGeometry>
        </mxCell>
        <mxCell id="_vj-o0teQn7O_933QG1c-3" value="" style="endArrow=open;endFill=1;endSize=12;html=1;rounded=0;exitX=0.596;exitY=1.011;exitDx=0;exitDy=0;exitPerimeter=0;" parent="1" source="S0ea2ZYKpIamfI4VXVso-8" target="S0ea2ZYKpIamfI4VXVso-4" edge="1">
          <mxGeometry width="160" relative="1" as="geometry">
            <mxPoint x="138" y="248" as="sourcePoint" />
            <mxPoint x="140" y="168" as="targetPoint" />
            <Array as="points">
              <mxPoint x="1025" y="506" />
            </Array>
          </mxGeometry>
        </mxCell>
        <mxCell id="_vj-o0teQn7O_933QG1c-5" value="#color" style="text;html=1;whiteSpace=wrap;strokeColor=none;fillColor=none;align=center;verticalAlign=middle;rounded=0;" parent="1" vertex="1">
-           <mxGeometry x="90" y="210" width="40" height="30" as="geometry" />
+           <mxGeometry x="113" y="211" width="40" height="30" as="geometry" />
        </mxCell>
        <mxCell id="_vj-o0teQn7O_933QG1c-6" value="1" style="text;html=1;whiteSpace=wrap;strokeColor=none;fillColor=none;align=center;verticalAlign=middle;rounded=0;" parent="1" vertex="1">
-           <mxGeometry x="151" y="224" width="20" height="10" as="geometry" />
+           <mxGeometry x="165" y="224" width="20" height="10" as="geometry" />
        </mxCell>
        <mxCell id="_vj-o0teQn7O_933QG1c-7" value="-color" style="text;html=1;whiteSpace=wrap;strokeColor=none;fillColor=none;align=center;verticalAlign=middle;rounded=0;" parent="1" vertex="1">
-           <mxGeometry x="470" y="330" width="40" height="20" as="geometry" />
+           <mxGeometry x="372" y="387" width="40" height="20" as="geometry" />
        </mxCell>
        <mxCell id="_vj-o0teQn7O_933QG1c-8" value="1" style="text;html=1;whiteSpace=wrap;strokeColor=none;fillColor=none;align=center;verticalAlign=middle;rounded=0;" parent="1" vertex="1">
-           <mxGeometry x="457" y="345" width="20" height="10" as="geometry" />
+           <mxGeometry x="380" y="412" width="20" height="10" as="geometry" />
        </mxCell>
        <mxCell id="_vj-o0teQn7O_933QG1c-9" value="-board" style="text;html=1;whiteSpace=wrap;strokeColor=none;fillColor=none;align=center;verticalAlign=middle;rounded=0;" parent="1" vertex="1">
-           <mxGeometry x="540" y="340" width="50" height="20" as="geometry" />
+           <mxGeometry x="446" y="340" width="50" height="20" as="geometry" />
        </mxCell>
        <mxCell id="_vj-o0teQn7O_933QG1c-10" value="1" style="text;html=1;whiteSpace=wrap;strokeColor=none;fillColor=none;align=center;verticalAlign=middle;rounded=0;" parent="1" vertex="1">
-           <mxGeometry x="521" y="345" width="20" height="10" as="geometry" />
+           <mxGeometry x="508" y="345" width="20" height="10" as="geometry" />
        </mxCell>
        <mxCell id="_vj-o0teQn7O_933QG1c-11" value="-cases" style="text;html=1;whiteSpace=wrap;strokeColor=none;fillColor=none;align=center;verticalAlign=middle;rounded=0;" parent="1" vertex="1">
-           <mxGeometry x="543" y="258" width="40" height="10" as="geometry" />
+           <mxGeometry x="510" y="317" width="40" height="10" as="geometry" />
        </mxCell>
        <mxCell id="_vj-o0teQn7O_933QG1c-12" value="*" style="text;html=1;whiteSpace=wrap;strokeColor=none;fillColor=none;align=center;verticalAlign=middle;rounded=0;" parent="1" vertex="1">
-           <mxGeometry x="515" y="265" width="20" as="geometry" />
+           <mxGeometry x="480" y="311" width="20" height="29" as="geometry" />
        </mxCell>
        <mxCell id="_vj-o0teQn7O_933QG1c-13" value="-players" style="text;html=1;whiteSpace=wrap;strokeColor=none;fillColor=none;align=center;verticalAlign=middle;rounded=0;" parent="1" vertex="1">
          <mxGeometry x="972" y="449" width="46" height="25" as="geometry" />
        </mxCell>
        <mxCell id="_vj-o0teQn7O_933QG1c-14" value="2" style="text;html=1;whiteSpace=wrap;strokeColor=none;fillColor=none;align=center;verticalAlign=middle;rounded=0;" parent="1" vertex="1">
          <mxGeometry x="1033" y="447" width="30" height="29" as="geometry" />
        </mxCell>
        <mxCell id="_vj-o0teQn7O_933QG1c-15" value="-board" style="text;html=1;whiteSpace=wrap;strokeColor=none;fillColor=none;align=center;verticalAlign=middle;rounded=0;" parent="1" vertex="1">
          <mxGeometry x="780" y="102" width="60" height="10" as="geometry" />
        </mxCell>
        <mxCell id="_vj-o0teQn7O_933QG1c-16" value="1" style="text;html=1;whiteSpace=wrap;strokeColor=none;fillColor=none;align=center;verticalAlign=middle;rounded=0;" parent="1" vertex="1">
          <mxGeometry x="800" y="130" width="30" height="10" as="geometry" />
        </mxCell>
        <mxCell id="_vj-o0teQn7O_933QG1c-17" value="-game" style="text;html=1;whiteSpace=wrap;strokeColor=none;fillColor=none;align=center;verticalAlign=middle;rounded=0;" parent="1" vertex="1">
          <mxGeometry x="707" y="83" width="50" height="20" as="geometry" />
        </mxCell>
        <mxCell id="_vj-o0teQn7O_933QG1c-18" value="1" style="text;html=1;whiteSpace=wrap;strokeColor=none;fillColor=none;align=center;verticalAlign=middle;rounded=0;" parent="1" vertex="1">
          <mxGeometry x="713" y="120" width="10" as="geometry" />
        </mxCell>
-         <mxCell id="AjG94XpRLF6ERspp3NwN-6" value="" style="endArrow=open;endFill=1;endSize=12;html=1;rounded=0;exitX=0;exitY=0.5;exitDx=0;exitDy=0;" edge="1" parent="1" source="S0ea2ZYKpIamfI4VXVso-10">
+         <mxCell id="AjG94XpRLF6ERspp3NwN-6" value="" style="endArrow=open;endFill=1;endSize=12;html=1;rounded=0;exitX=-0.002;exitY=1.067;exitDx=0;exitDy=0;exitPerimeter=0;" edge="1" parent="1" source="S0ea2ZYKpIamfI4VXVso-10">
          <mxGeometry width="160" relative="1" as="geometry">
            <Array as="points">
              <mxPoint x="58" y="84" />
              <mxPoint x="51" y="656" />
            </Array>
            <mxPoint x="421" y="80" as="sourcePoint" />
            <mxPoint x="83" y="658" as="targetPoint" />
          </mxGeometry>
        </mxCell>
-         <mxCell id="AjG94XpRLF6ERspp3NwN-7" value="" style="endArrow=open;endFill=1;endSize=12;html=1;rounded=0;entryX=0.002;entryY=0.113;entryDx=0;entryDy=0;entryPerimeter=0;exitX=0;exitY=-0.013;exitDx=0;exitDy=0;exitPerimeter=0;" edge="1" parent="1" source="S0ea2ZYKpIamfI4VXVso-10" target="S0ea2ZYKpIamfI4VXVso-38">
+         <mxCell id="AjG94XpRLF6ERspp3NwN-7" value="" style="endArrow=open;endFill=1;endSize=12;html=1;rounded=0;entryX=0.002;entryY=0.113;entryDx=0;entryDy=0;entryPerimeter=0;exitX=0;exitY=0.5;exitDx=0;exitDy=0;" edge="1" parent="1" source="S0ea2ZYKpIamfI4VXVso-10" target="S0ea2ZYKpIamfI4VXVso-38">
          <mxGeometry width="160" relative="1" as="geometry">
            <Array as="points">
              <mxPoint x="36" y="66" />
              <mxPoint x="26" y="674" />
            </Array>
            <mxPoint x="448" y="66" as="sourcePoint" />
            <mxPoint x="93" y="668" as="targetPoint" />
          </mxGeometry>
        </mxCell>
        <mxCell id="AjG94XpRLF6ERspp3NwN-8" value="-white_king_piece&lt;div&gt;1&lt;/div&gt;" style="text;html=1;align=center;verticalAlign=middle;resizable=0;points=[];autosize=1;strokeColor=none;fillColor=none;" vertex="1" parent="1">
-           <mxGeometry x="330" y="17" width="114" height="41" as="geometry" />
+           <mxGeometry x="301" y="31" width="114" height="41" as="geometry" />
        </mxCell>
        <mxCell id="AjG94XpRLF6ERspp3NwN-9" value="-black_king_piece&lt;div&gt;1&lt;/div&gt;" style="text;html=1;align=center;verticalAlign=middle;resizable=0;points=[];autosize=1;strokeColor=none;fillColor=none;" vertex="1" parent="1">
-           <mxGeometry x="340" y="83" width="114" height="41" as="geometry" />
+           <mxGeometry x="303" y="79" width="114" height="41" as="geometry" />
        </mxCell>
      </root>
    </mxGraphModel>
  </diagram>
</mxfile>
